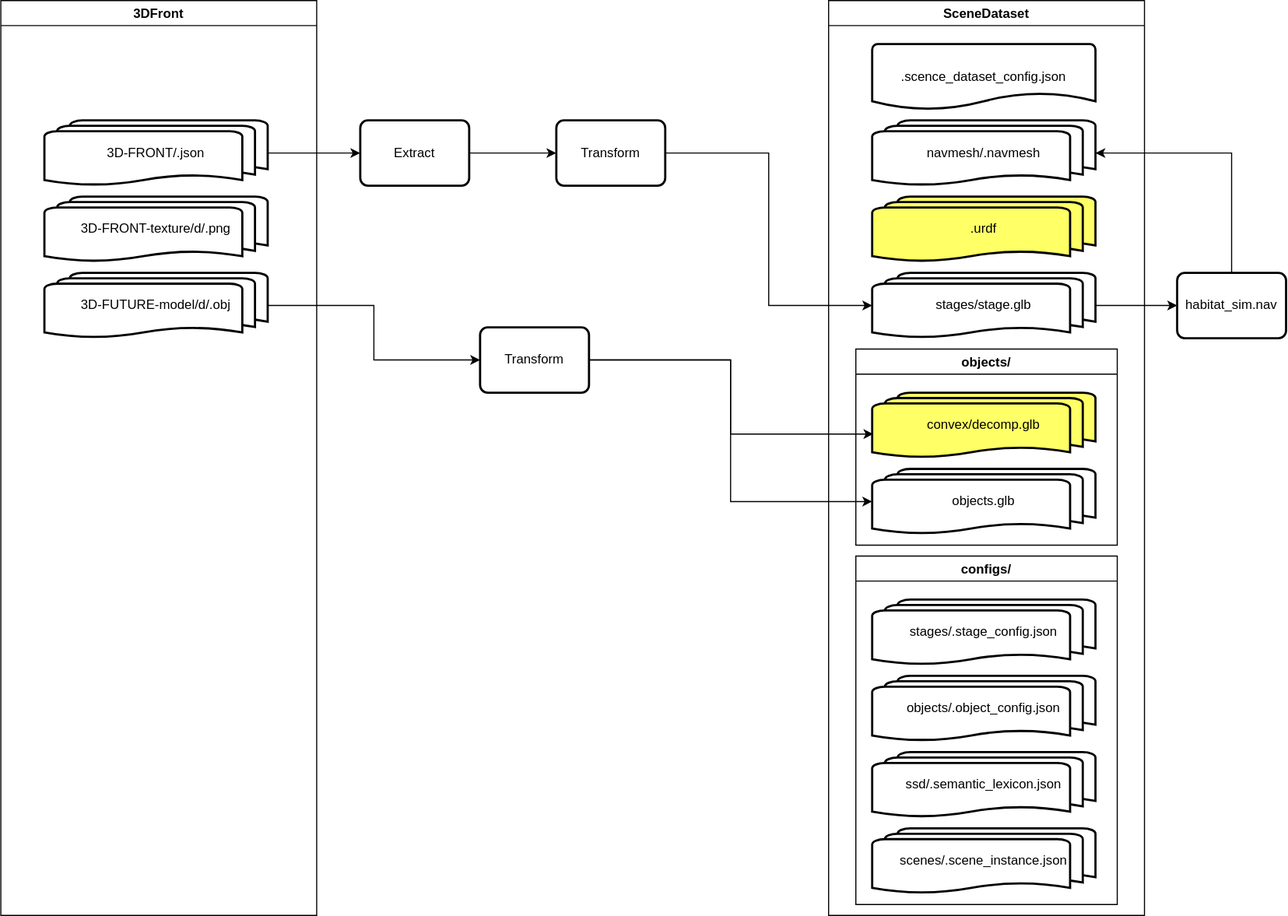
The draw.io diagram 3DFront.drawio.svg in ZacksAmber/habitat-pipeline, before a commit. Source tidied: cells renumbered, new cells last; positions are measured from the earlier drawing's top-left corner, leaving out a move shared by most shapes.
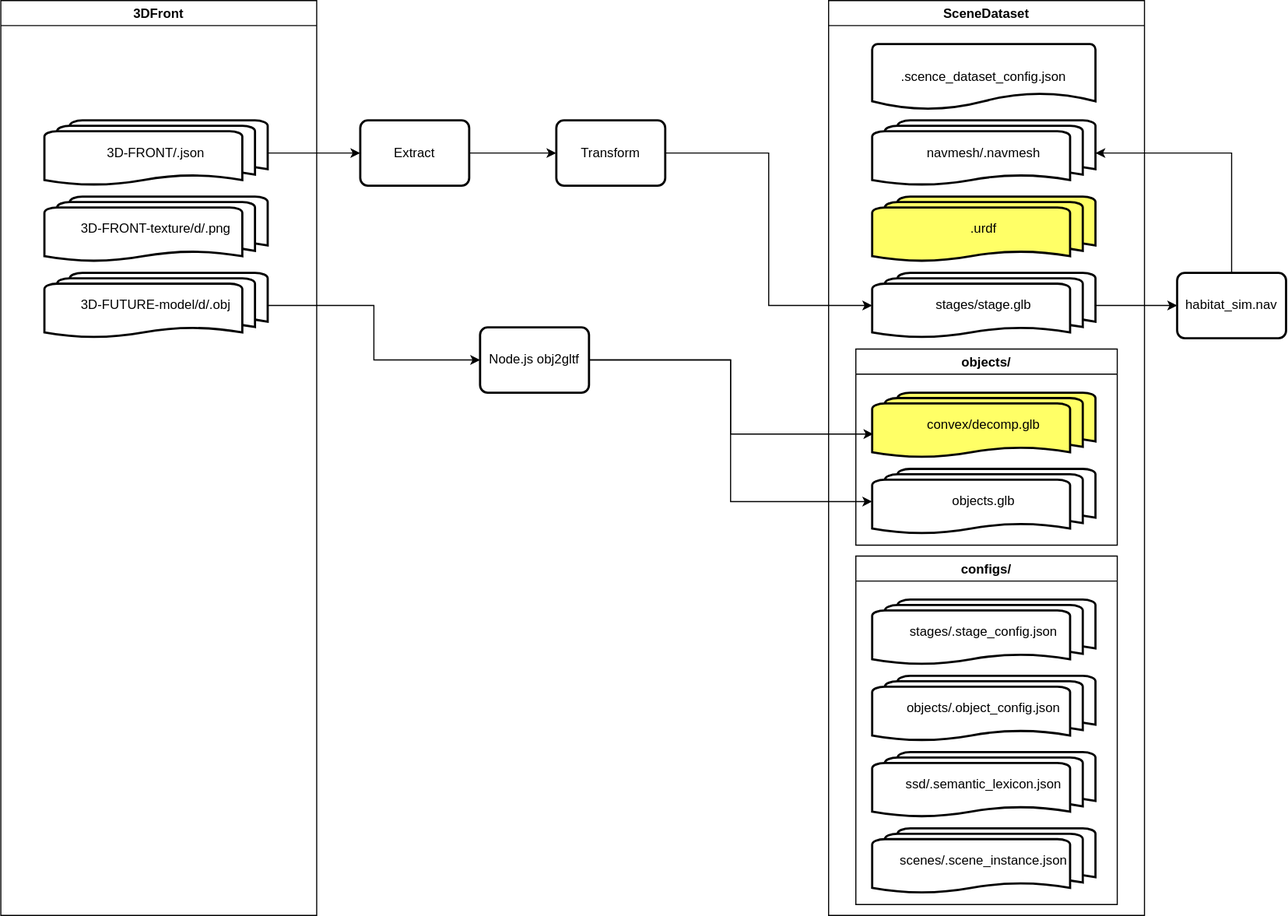
Later version of the same file.

The edit, as a diff of the source:
```diff
@@ -74,7 +74,7 @@
     <mxCell id="25" style="edgeStyle=orthogonalEdgeStyle;rounded=0;jettySize=auto;html=1;entryX=0.005;entryY=0.633;entryDx=0;entryDy=0;entryPerimeter=0;" parent="1" edge="1" source="26" target="11">
       <mxGeometry relative="1" as="geometry" />
     </mxCell>
-    <mxCell id="26" value="Transform" style="rounded=1;whiteSpace=wrap;html=1;absoluteArcSize=1;arcSize=14;strokeWidth=2;fillStyle=zigzag-line;" parent="1" vertex="1">
+    <mxCell id="26" value="Node.js obj2gltf" style="rounded=1;whiteSpace=wrap;html=1;absoluteArcSize=1;arcSize=14;strokeWidth=2;fillStyle=zigzag-line;" parent="1" vertex="1">
       <mxGeometry x="440" y="300" width="100" height="60" as="geometry" />
     </mxCell>
     <mxCell id="27" style="edgeStyle=orthogonalEdgeStyle;rounded=0;jettySize=auto;html=1;entryX=0;entryY=0.5;entryDx=0;entryDy=0;" parent="1" edge="1" source="18" target="26">
```
